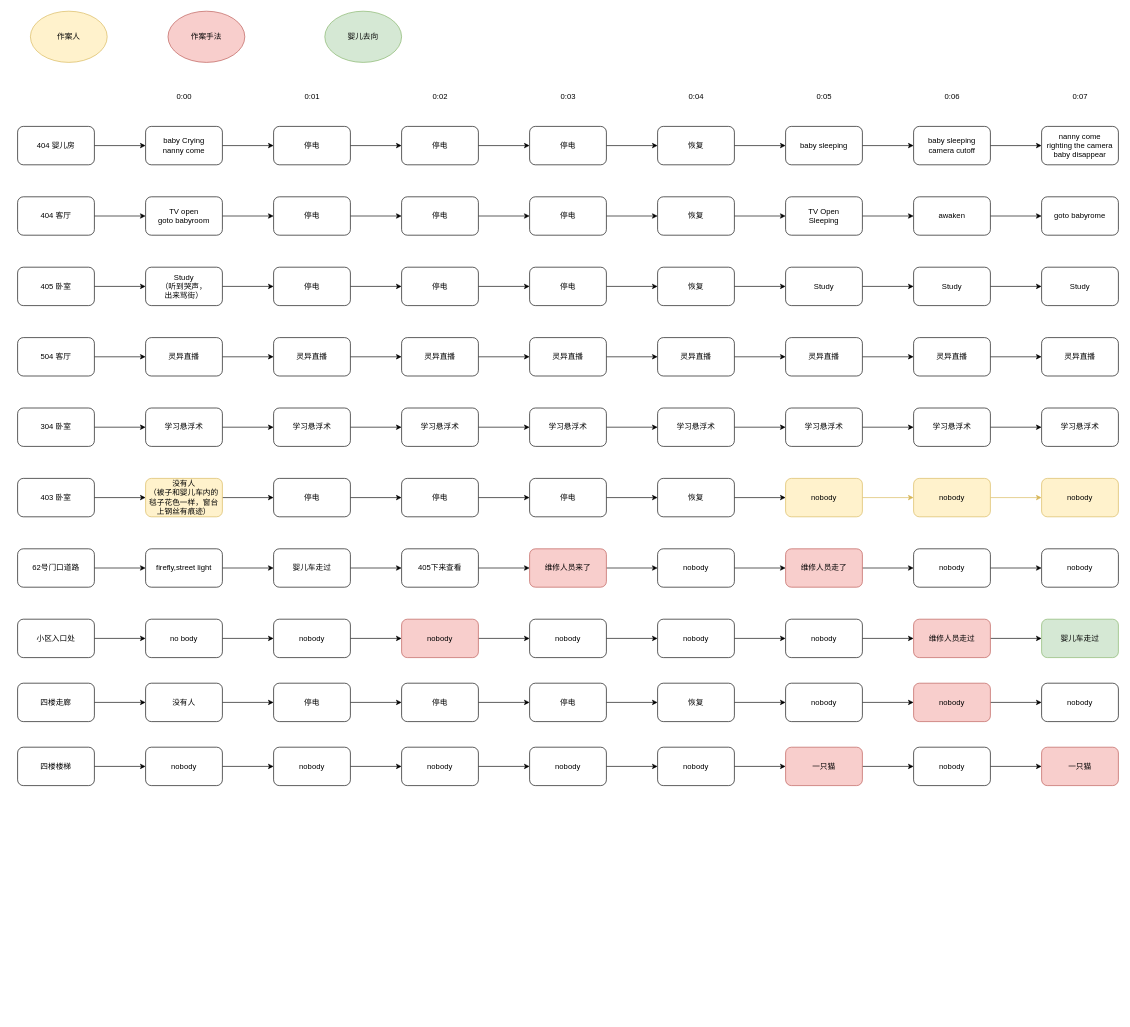
guyuyw/casablancan keeps this draw.io diagram as drawio/BabyWorkFlow.drawio. Above is the earlier version. Source tidied: cells renumbered, new cells numbered last; positions are measured from the earlier drawing's top-left corner, leaving out a move shared by most shapes. Both pictures are drawn from the tidied source at 64%, with x=0, y=0 at pixel (17, 11).
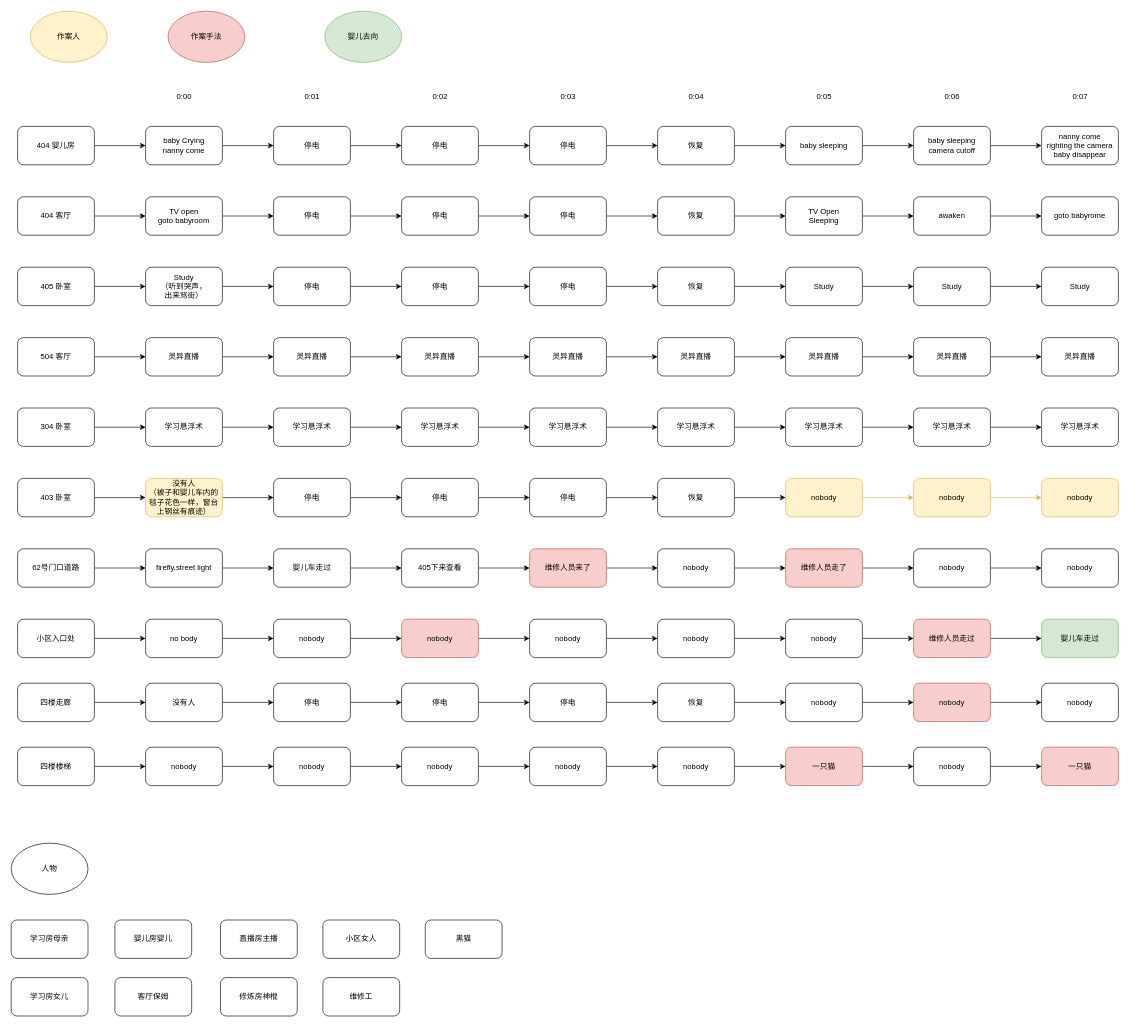
Above is the later version.

The edit, as a diff of the source:
```diff
@@
+    <mxCell id="183" value="人物" style="ellipse;whiteSpace=wrap;html=1;" parent="1" vertex="1">
+      <mxGeometry x="-10" y="1300" width="120" height="80" as="geometry" />
+    </mxCell>
+    <mxCell id="184" value="学习房母亲" style="rounded=1;whiteSpace=wrap;html=1;" parent="1" vertex="1">
+      <mxGeometry x="-10" y="1420" width="120" height="60" as="geometry" />
+    </mxCell>
+    <mxCell id="185" value="学习房女儿" style="rounded=1;whiteSpace=wrap;html=1;" parent="1" vertex="1">
+      <mxGeometry x="-10" y="1510" width="120" height="60" as="geometry" />
+    </mxCell>
+    <mxCell id="186" value="婴儿房婴儿" style="rounded=1;whiteSpace=wrap;html=1;" parent="1" vertex="1">
+      <mxGeometry x="152" y="1420" width="120" height="60" as="geometry" />
+    </mxCell>
+    <mxCell id="187" value="客厅保姆" style="rounded=1;whiteSpace=wrap;html=1;" parent="1" vertex="1">
+      <mxGeometry x="152" y="1510" width="120" height="60" as="geometry" />
+    </mxCell>
+    <mxCell id="188" value="直播房主播" style="rounded=1;whiteSpace=wrap;html=1;" parent="1" vertex="1">
+      <mxGeometry x="317" y="1420" width="120" height="60" as="geometry" />
+    </mxCell>
+    <mxCell id="189" value="修炼房神棍" style="rounded=1;whiteSpace=wrap;html=1;" parent="1" vertex="1">
+      <mxGeometry x="317" y="1510" width="120" height="60" as="geometry" />
+    </mxCell>
+    <mxCell id="190" value="小区女人" style="rounded=1;whiteSpace=wrap;html=1;" parent="1" vertex="1">
+      <mxGeometry x="477" y="1420" width="120" height="60" as="geometry" />
+    </mxCell>
+    <mxCell id="191" value="维修工" style="rounded=1;whiteSpace=wrap;html=1;" parent="1" vertex="1">
+      <mxGeometry x="477" y="1510" width="120" height="60" as="geometry" />
+    </mxCell>
+    <mxCell id="192" value="黑猫" style="rounded=1;whiteSpace=wrap;html=1;" parent="1" vertex="1">
+      <mxGeometry x="637" y="1420" width="120" height="60" as="geometry" />
+    </mxCell>
```
